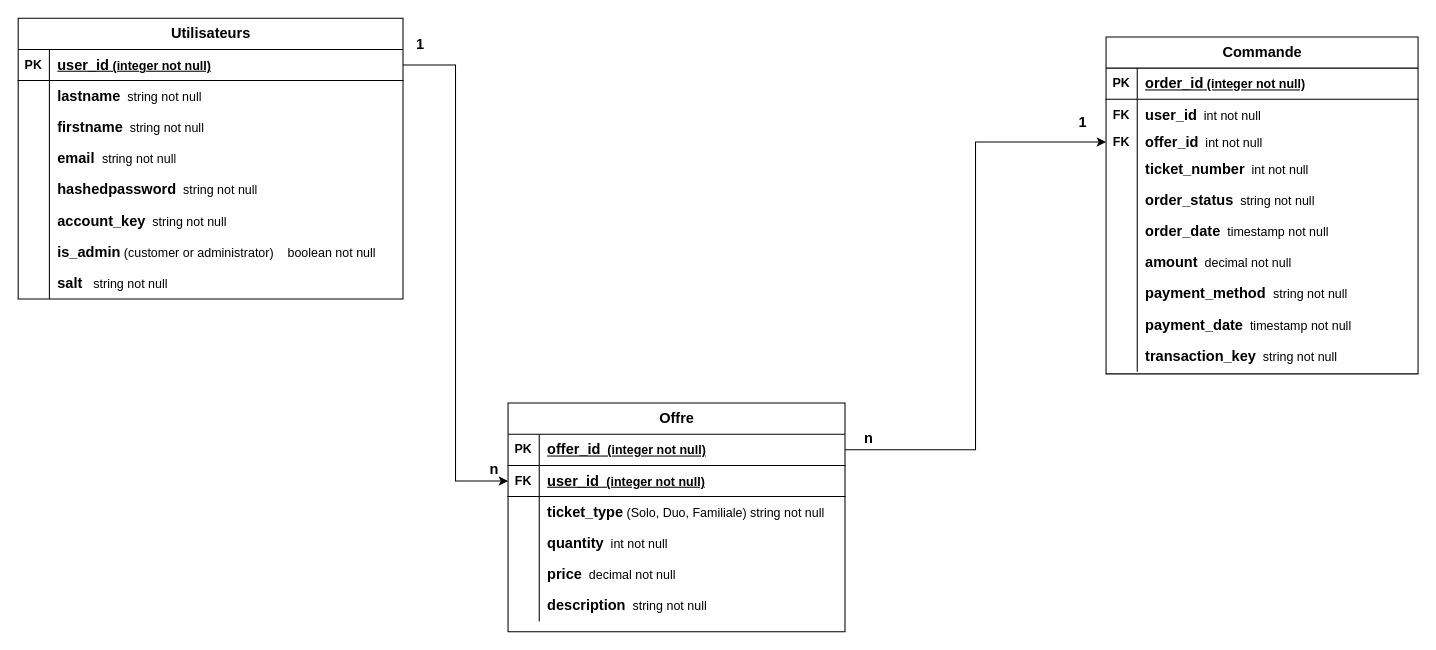
Earlier version of the draw.io diagram page "MCD" (1 of 2) of Conception BDD/Modèle Données.drawio (SARHIRI83/AppJoDepot). Source tidied: cells renumbered, new cells numbered last; positions are measured from the earlier drawing's top-left corner, leaving out a move shared by most shapes. Both pictures are drawn from the tidied source at 104%, with x=0, y=0 at pixel (18, 18).
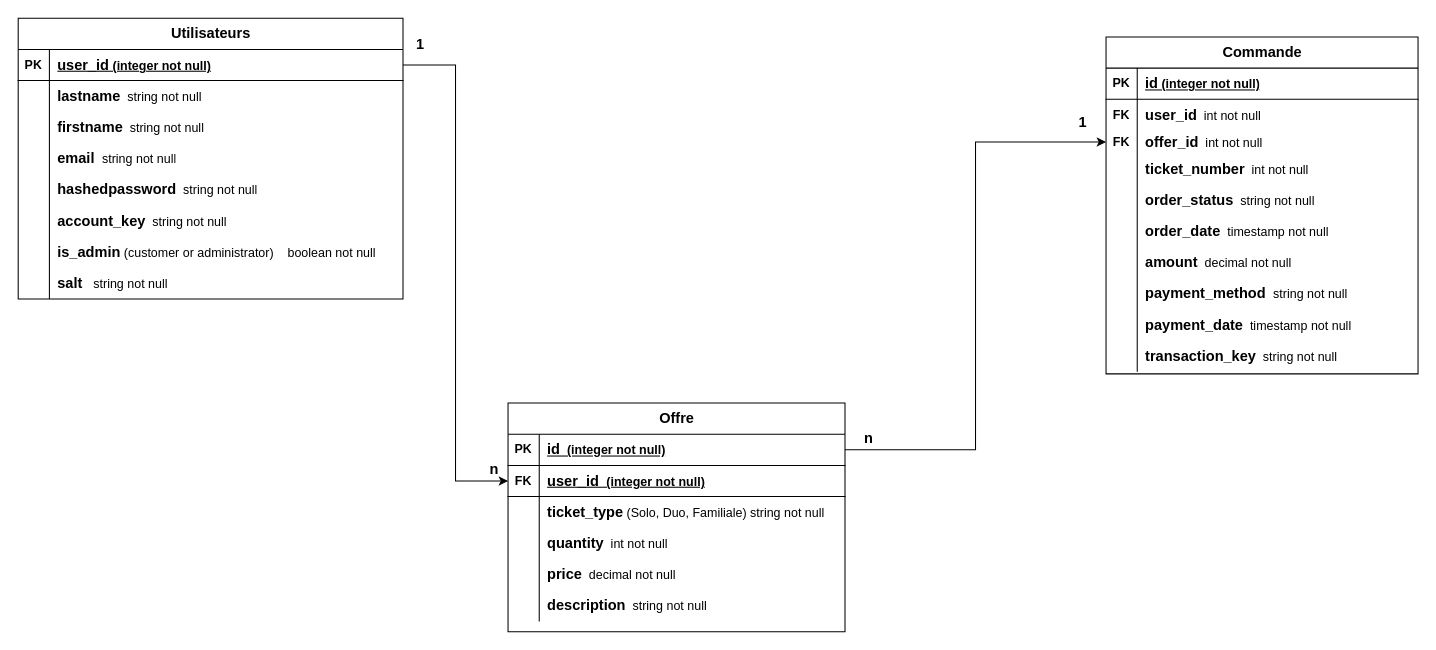
The same diagram, later.

The change refers to these unchanged cells:
```xml
<mxCell id="28" style="shape=tableRow;horizontal=0;startSize=0;swimlaneHead=0;swimlaneBody=0;fillColor=none;points=[[0,0.5],[1,0.5]];portConstraint=eastwest;top=0;left=0;right=0;bottom=1;" parent="27" vertex="1">
  <mxGeometry y="30" width="324" height="30" as="geometry" />
</mxCell>
<mxCell id="47" style="shape=tableRow;horizontal=0;startSize=0;swimlaneHead=0;swimlaneBody=0;fillColor=none;top=0;left=0;right=0;bottom=1;" parent="46" vertex="1">
  <mxGeometry y="30" width="300" height="30" as="geometry" />
</mxCell>
```

The edit, as a diff of the source:
```diff
@@
-    <mxCell id="30" value="&lt;font style=&quot;font-size: 14px;&quot;&gt;offer_id&lt;/font&gt;&amp;nbsp; (integer not null)" style="shape=partialRectangle;fillColor=none;top=0;left=0;bottom=0;right=0;align=left;spacingLeft=6;fontStyle=5;overflow=hidden;whiteSpace=wrap;html=1;" parent="28" vertex="1">
+    <mxCell id="30" value="&lt;font style=&quot;font-size: 14px;&quot;&gt;id&lt;/font&gt;&amp;nbsp; (integer not null)" style="shape=partialRectangle;fillColor=none;top=0;left=0;bottom=0;right=0;align=left;spacingLeft=6;fontStyle=5;overflow=hidden;whiteSpace=wrap;html=1;" parent="28" vertex="1">
       <mxGeometry x="30" width="294" height="30" as="geometry" />
     </mxCell>
@@
-    <mxCell id="49" value="&lt;font style=&quot;font-size: 14px;&quot;&gt;order_id&lt;/font&gt; (integer not null)" style="shape=partialRectangle;fillColor=none;top=0;left=0;bottom=0;right=0;align=left;spacingLeft=6;fontStyle=5;overflow=hidden;whiteSpace=wrap;html=1;" parent="47" vertex="1">
+    <mxCell id="49" value="&lt;font style=&quot;font-size: 14px;&quot;&gt;id&lt;/font&gt; (integer not null)" style="shape=partialRectangle;fillColor=none;top=0;left=0;bottom=0;right=0;align=left;spacingLeft=6;fontStyle=5;overflow=hidden;whiteSpace=wrap;html=1;" parent="47" vertex="1">
       <mxGeometry x="30" width="270" height="30" as="geometry" />
     </mxCell>
```
